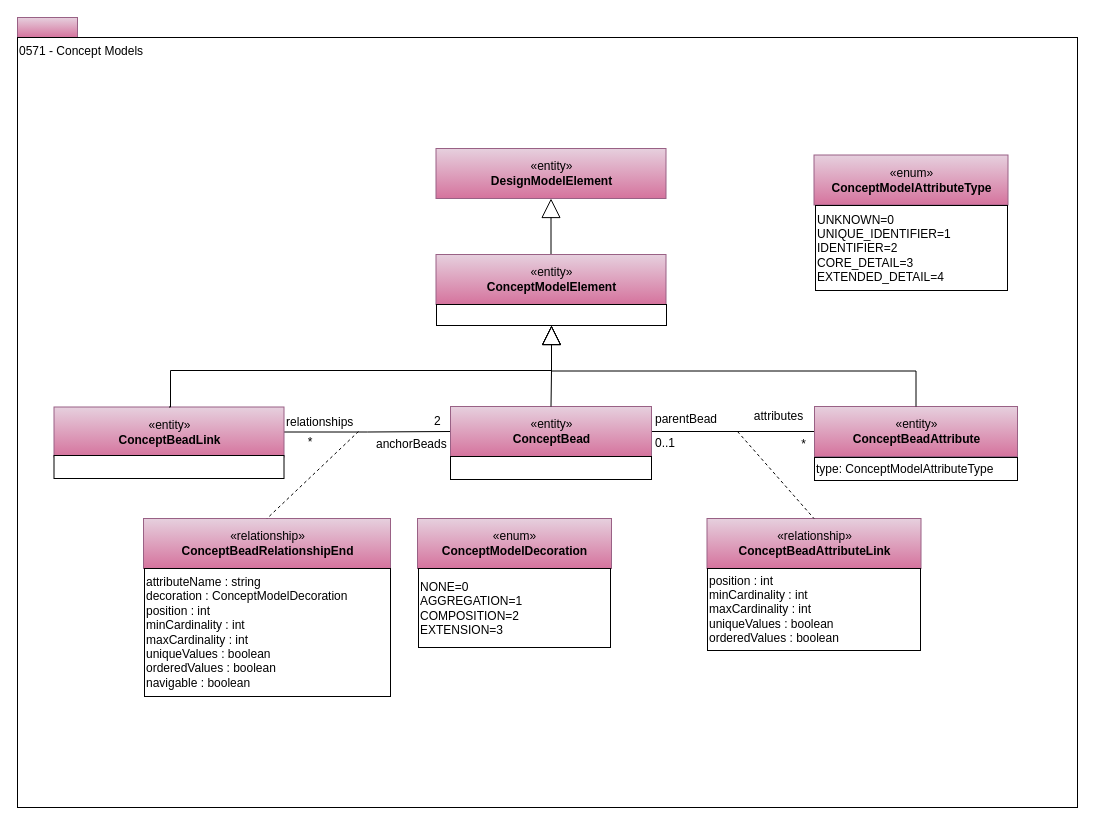
Above: page "0571-Concept-Models" (24 of 25) of open-metadata-publication/website/open-metadata-types/area-5-models-and-schema.drawio in planetf1/egeria (draw.io), before the change. Source tidied: cells renumbered, new cells numbered last; positions are measured from the earlier drawing's top-left corner, leaving out a move shared by most shapes. Both pictures are drawn from the tidied source at 100%, with x=0, y=0 at pixel (17, 17).
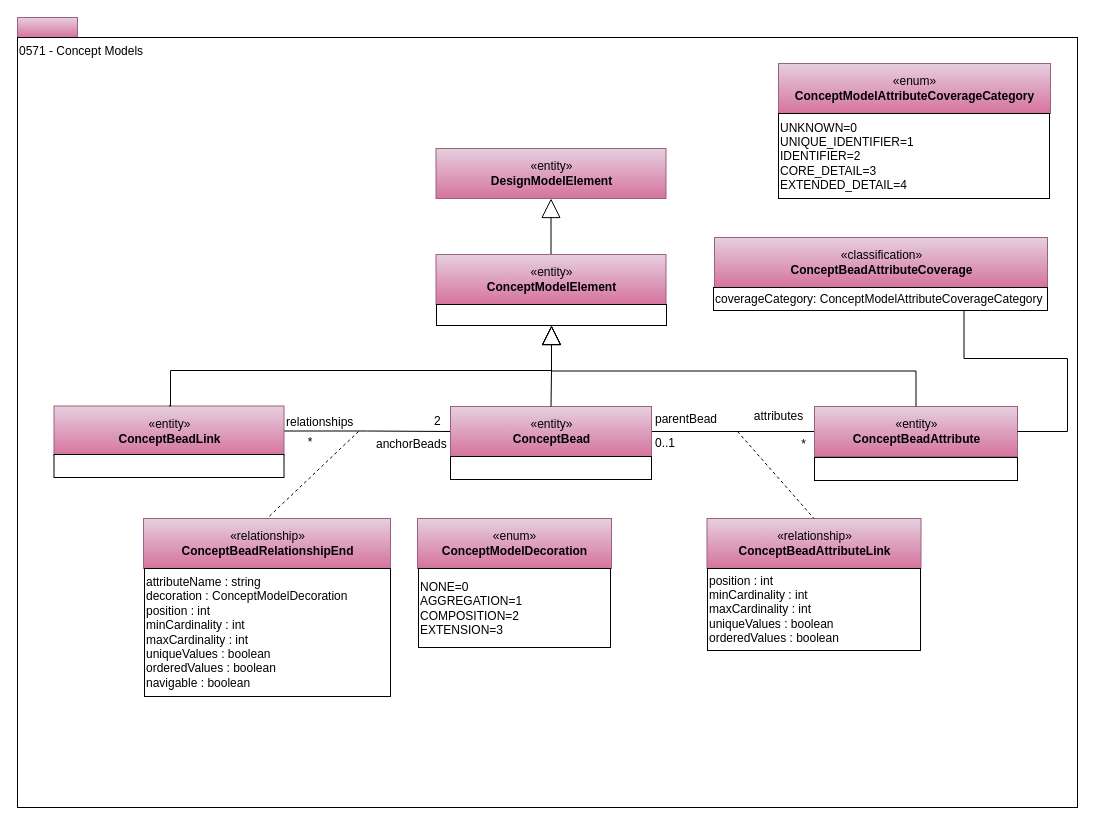
Above is the later version.

Unchanged cells that the change refers to:
```xml
<mxCell id="23" value="«entity»&lt;br&gt;&lt;b&gt;ConceptBeadAttribute&lt;/b&gt;" style="html=1;strokeColor=#996185;align=center;fillColor=#e6d0de;gradientColor=#d5739d;" parent="1" vertex="1">
  <mxGeometry x="797" y="389" width="203" height="50" as="geometry" />
</mxCell>
```

The edit, as a diff of the source:
```diff
@@
     <mxCell id="12" value="«entity»&lt;br&gt;&lt;b&gt;ConceptBeadLink&lt;/b&gt;" style="html=1;strokeColor=#996185;align=center;fillColor=#e6d0de;gradientColor=#d5739d;" parent="1" vertex="1">
-      <mxGeometry x="36.5" y="389.5" width="230" height="50" as="geometry" />
+      <mxGeometry x="36.5" y="388.5" width="230" height="50" as="geometry" />
     </mxCell>
     <mxCell id="13" value="&lt;span&gt;&lt;br&gt;&lt;/span&gt;" style="rounded=0;whiteSpace=wrap;html=1;strokeColor=#000000;gradientColor=#ffffff;align=left;" parent="1" vertex="1">
-      <mxGeometry x="36.5" y="438" width="230" height="23" as="geometry" />
+      <mxGeometry x="36.5" y="437" width="230" height="23" as="geometry" />
     </mxCell>
@@
-    <mxCell id="24" value="&lt;span&gt;type: ConceptModelAttributeType&lt;br&gt;&lt;/span&gt;" style="rounded=0;whiteSpace=wrap;html=1;strokeColor=#000000;gradientColor=#ffffff;align=left;" parent="1" vertex="1">
+    <mxCell id="24" value="&lt;span&gt;&lt;br&gt;&lt;/span&gt;" style="rounded=0;whiteSpace=wrap;html=1;strokeColor=#000000;gradientColor=#ffffff;align=left;" parent="1" vertex="1">
       <mxGeometry x="797" y="440" width="203" height="23" as="geometry" />
     </mxCell>
@@
-    <mxCell id="34" value="«enum»&lt;br&gt;&lt;b&gt;ConceptModelAttributeType&lt;/b&gt;" style="html=1;strokeColor=#996185;align=center;fillColor=#e6d0de;gradientColor=#d5739d;" parent="1" vertex="1">
-      <mxGeometry x="796.5" y="137.5" width="194" height="50" as="geometry" />
+    <mxCell id="34" value="«enum»&lt;br&gt;&lt;b&gt;ConceptModelAttributeCoverageCategory&lt;/b&gt;" style="html=1;strokeColor=#996185;align=center;fillColor=#e6d0de;gradientColor=#d5739d;" parent="1" vertex="1">
+      <mxGeometry x="761" y="46" width="272" height="50" as="geometry" />
     </mxCell>
     <mxCell id="35" value="&lt;div style=&quot;text-align: left&quot;&gt;UNKNOWN=0&lt;/div&gt;&lt;div style=&quot;text-align: left&quot;&gt;UNIQUE_IDENTIFIER=1&lt;/div&gt;&lt;div style=&quot;text-align: left&quot;&gt;IDENTIFIER=2&lt;/div&gt;&lt;div style=&quot;text-align: left&quot;&gt;CORE_DETAIL=3&lt;/div&gt;&lt;div style=&quot;text-align: left&quot;&gt;EXTENDED_DETAIL=4&lt;/div&gt;" style="rounded=0;whiteSpace=wrap;html=1;strokeColor=#000000;gradientColor=#ffffff;align=left;" parent="1" vertex="1">
-      <mxGeometry x="798" y="188" width="192" height="85" as="geometry" />
+      <mxGeometry x="761" y="96" width="271" height="85" as="geometry" />
     </mxCell>
@@
+    <mxCell id="37" style="edgeStyle=orthogonalEdgeStyle;rounded=0;jettySize=auto;html=1;exitX=0.75;exitY=1;exitDx=0;exitDy=0;entryX=1;entryY=0.5;entryDx=0;entryDy=0;endArrow=none;endFill=0;endSize=17;" parent="1" edge="1" source="39" target="23">
+      <mxGeometry relative="1" as="geometry" />
+    </mxCell>
+    <mxCell id="38" value="«classification»&lt;br&gt;&lt;b&gt;ConceptBeadAttributeCoverage&lt;/b&gt;" style="html=1;strokeColor=#996185;align=center;fillColor=#e6d0de;gradientColor=#d5739d;" parent="1" vertex="1">
+      <mxGeometry x="697" y="220" width="333" height="50" as="geometry" />
+    </mxCell>
+    <mxCell id="39" value="&lt;span&gt;coverageCategory:&amp;nbsp;&lt;/span&gt;&lt;span style=&quot;text-align: center ; white-space: nowrap&quot;&gt;ConceptModelAttributeCoverageCategory&lt;/span&gt;&lt;span&gt;&lt;br&gt;&lt;/span&gt;" style="rounded=0;whiteSpace=wrap;html=1;strokeColor=#000000;gradientColor=#ffffff;align=left;" parent="1" vertex="1">
+      <mxGeometry x="696" y="270" width="334" height="23" as="geometry" />
+    </mxCell>
```
